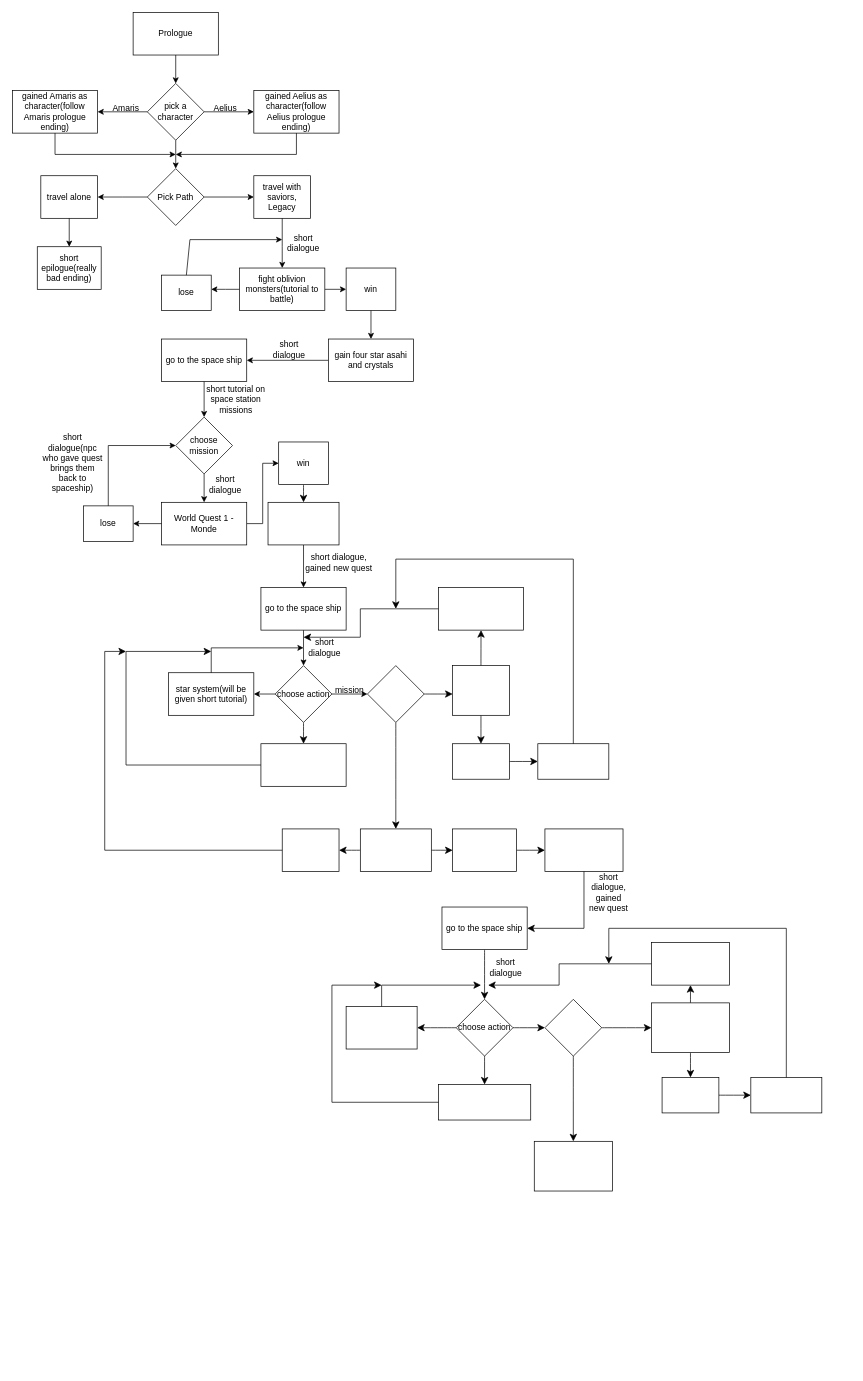
staten-island-tech/object-oriented-adventures-luna keeps this draw.io diagram as FlowChart.drawio. Above is the earlier version. Source tidied: cells renumbered, new cells numbered last; positions are measured from the earlier drawing's top-left corner, leaving out a move shared by most shapes. Both pictures are drawn from the tidied source at 71%, with x=0, y=0 at pixel (12, 12).
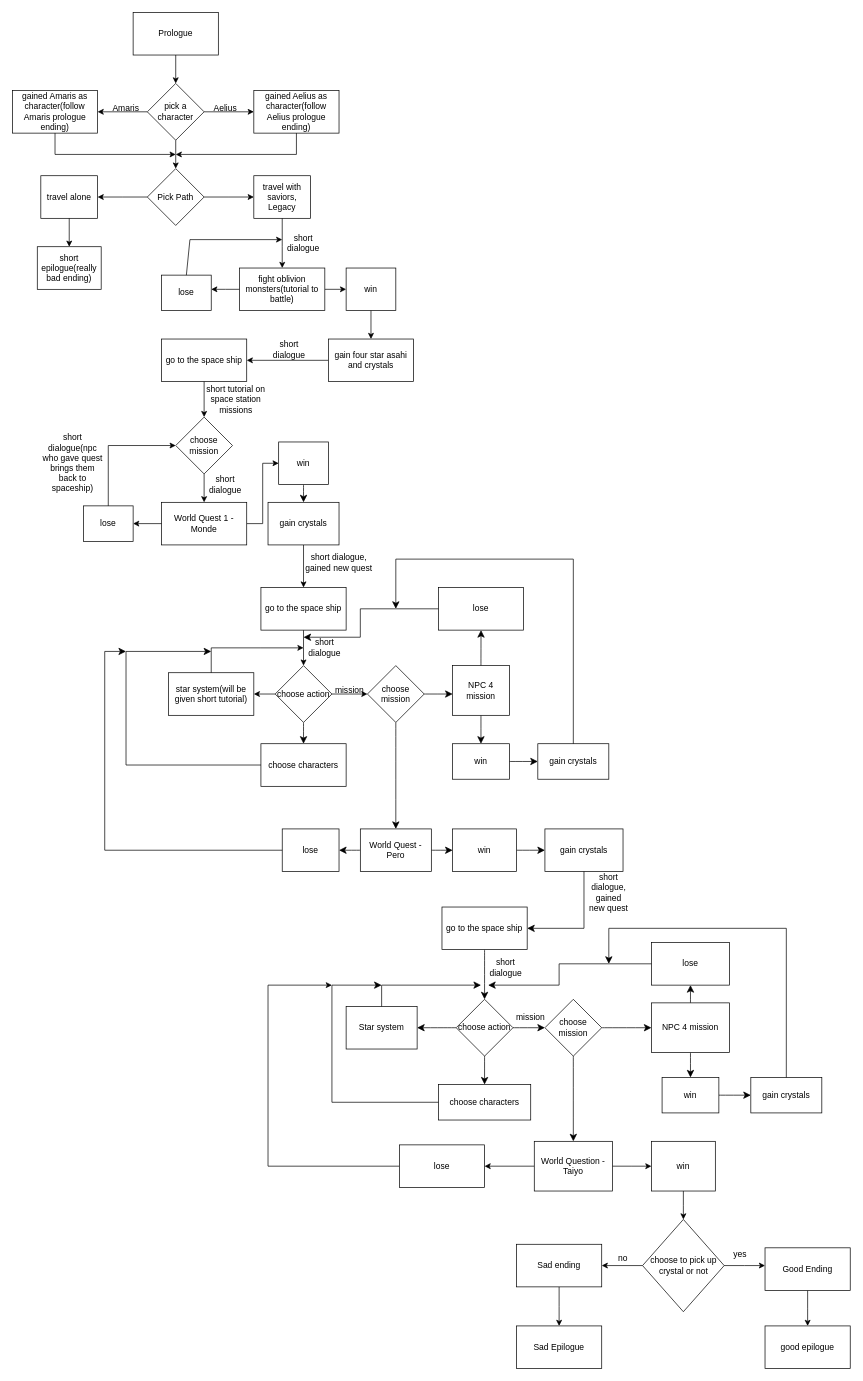
The same diagram, later.

Diff of the diagram source:
```diff
@@
-    <mxCell id="61" style="rhombus;whiteSpace=wrap;html=1;" parent="1" vertex="1">
+    <mxCell id="61" value="choose mission" style="rhombus;whiteSpace=wrap;html=1;" parent="1" vertex="1">
       <mxGeometry x="500" y="920" width="80" height="80" as="geometry" />
     </mxCell>
@@
-    <mxCell id="64" style="rounded=0;whiteSpace=wrap;html=1;" parent="1" vertex="1">
+    <mxCell id="64" value="World Quest - Pero" style="rounded=0;whiteSpace=wrap;html=1;" parent="1" vertex="1">
       <mxGeometry x="490" y="1150" width="100" height="60" as="geometry" />
     </mxCell>
@@
-    <mxCell id="68" style="rounded=0;whiteSpace=wrap;html=1;" parent="1" vertex="1">
+    <mxCell id="68" value="win" style="rounded=0;whiteSpace=wrap;html=1;" parent="1" vertex="1">
       <mxGeometry x="620" y="1150" width="90" height="60" as="geometry" />
     </mxCell>
-    <mxCell id="69" style="rounded=0;whiteSpace=wrap;html=1;" parent="1" vertex="1">
+    <mxCell id="69" value="lose" style="rounded=0;whiteSpace=wrap;html=1;" parent="1" vertex="1">
       <mxGeometry x="380" y="1150" width="80" height="60" as="geometry" />
     </mxCell>
@@
-    <mxCell id="78" style="rounded=0;whiteSpace=wrap;html=1;" parent="1" vertex="1">
+    <mxCell id="78" value="choose characters" style="rounded=0;whiteSpace=wrap;html=1;" parent="1" vertex="1">
       <mxGeometry x="350" y="1030" width="120" height="60" as="geometry" />
     </mxCell>
@@
-    <mxCell id="81" style="rounded=0;whiteSpace=wrap;html=1;" parent="1" vertex="1">
+    <mxCell id="81" value="Star system" style="rounded=0;whiteSpace=wrap;html=1;" parent="1" vertex="1">
       <mxGeometry x="470" y="1400" width="100" height="60" as="geometry" />
     </mxCell>
@@
-    <mxCell id="85" style="rhombus;whiteSpace=wrap;html=1;" parent="1" vertex="1">
+    <mxCell id="85" value="choose mission" style="rhombus;whiteSpace=wrap;html=1;" parent="1" vertex="1">
       <mxGeometry x="750" y="1390" width="80" height="80" as="geometry" />
     </mxCell>
-    <mxCell id="86" style="rounded=0;whiteSpace=wrap;html=1;" parent="1" vertex="1">
+    <mxCell id="86" value="gain crystals" style="rounded=0;whiteSpace=wrap;html=1;" parent="1" vertex="1">
       <mxGeometry x="750" y="1150" width="110" height="60" as="geometry" />
     </mxCell>
@@
-    <mxCell id="89" style="rounded=0;whiteSpace=wrap;html=1;" parent="1" vertex="1">
+    <mxCell id="89" value="win" style="rounded=0;whiteSpace=wrap;html=1;" parent="1" vertex="1">
       <mxGeometry x="620" y="1030" width="80" height="50" as="geometry" />
     </mxCell>
-    <mxCell id="90" style="rounded=0;whiteSpace=wrap;html=1;" parent="1" vertex="1">
+    <mxCell id="90" value="gain crystals" style="rounded=0;whiteSpace=wrap;html=1;" parent="1" vertex="1">
       <mxGeometry x="740" y="1030" width="100" height="50" as="geometry" />
     </mxCell>
-    <mxCell id="91" style="rounded=0;whiteSpace=wrap;html=1;" parent="1" vertex="1">
+    <mxCell id="91" value="lose" style="rounded=0;whiteSpace=wrap;html=1;" parent="1" vertex="1">
       <mxGeometry x="600" y="810" width="120" height="60" as="geometry" />
     </mxCell>
@@
-    <mxCell id="94" style="rounded=0;whiteSpace=wrap;html=1;" parent="1" vertex="1">
+    <mxCell id="94" value="NPC 4 mission" style="rounded=0;whiteSpace=wrap;html=1;" parent="1" vertex="1">
       <mxGeometry x="620" y="920" width="80" height="70" as="geometry" />
     </mxCell>
+    <mxCell id="108" style="edgeStyle=orthogonalEdgeStyle;rounded=0;jettySize=auto;html=1;" parent="1" edge="1" source="95" target="112">
+      <mxGeometry relative="1" as="geometry" />
+    </mxCell>
+    <mxCell id="109" style="edgeStyle=orthogonalEdgeStyle;rounded=0;jettySize=auto;html=1;" parent="1" edge="1" source="95">
+      <mxGeometry relative="1" as="geometry">
+        <mxPoint x="900" y="1625" as="targetPoint" />
+      </mxGeometry>
+    </mxCell>
-    <mxCell id="95" style="rounded=0;whiteSpace=wrap;html=1;" parent="1" vertex="1">
+    <mxCell id="95" value="World Question - Taiyo" style="rounded=0;whiteSpace=wrap;html=1;" parent="1" vertex="1">
       <mxGeometry x="735" y="1590" width="110" height="70" as="geometry" />
     </mxCell>
@@
-    <mxCell id="98" style="rounded=0;whiteSpace=wrap;html=1;" parent="1" vertex="1">
+    <mxCell id="98" value="NPC 4 mission" style="rounded=0;whiteSpace=wrap;html=1;" parent="1" vertex="1">
       <mxGeometry x="900" y="1395" width="110" height="70" as="geometry" />
     </mxCell>
@@
-    <mxCell id="100" style="rounded=0;whiteSpace=wrap;html=1;" parent="1" vertex="1">
+    <mxCell id="100" value="win" style="rounded=0;whiteSpace=wrap;html=1;" parent="1" vertex="1">
       <mxGeometry x="915" y="1500" width="80" height="50" as="geometry" />
     </mxCell>
-    <mxCell id="101" style="rounded=0;whiteSpace=wrap;html=1;" parent="1" vertex="1">
+    <mxCell id="101" value="gain crystals" style="rounded=0;whiteSpace=wrap;html=1;" parent="1" vertex="1">
       <mxGeometry x="1040" y="1500" width="100" height="50" as="geometry" />
     </mxCell>
-    <mxCell id="102" style="rounded=0;whiteSpace=wrap;html=1;" parent="1" vertex="1">
+    <mxCell id="102" value="lose" style="rounded=0;whiteSpace=wrap;html=1;" parent="1" vertex="1">
       <mxGeometry x="900" y="1310" width="110" height="60" as="geometry" />
     </mxCell>
@@
-    <mxCell id="105" style="rounded=0;whiteSpace=wrap;html=1;" parent="1" vertex="1">
+    <mxCell id="105" value="choose characters" style="rounded=0;whiteSpace=wrap;html=1;" parent="1" vertex="1">
       <mxGeometry x="600" y="1510" width="130" height="50" as="geometry" />
     </mxCell>
@@
-    <mxCell id="107" style="rounded=0;whiteSpace=wrap;html=1;" parent="1" vertex="1">
+    <mxCell id="107" value="gain crystals" style="rounded=0;whiteSpace=wrap;html=1;" parent="1" vertex="1">
       <mxGeometry x="360" y="690" width="100" height="60" as="geometry" />
     </mxCell>
+    <mxCell id="110" value="mission" style="text;html=1;align=center;verticalAlign=middle;whiteSpace=wrap;rounded=0;" parent="1" vertex="1">
+      <mxGeometry x="700" y="1400" width="60" height="30" as="geometry" />
+    </mxCell>
+    <mxCell id="111" style="edgeStyle=orthogonalEdgeStyle;rounded=0;jettySize=auto;html=1;exitX=0;exitY=0.5;exitDx=0;exitDy=0;" parent="1" edge="1" source="112">
+      <mxGeometry relative="1" as="geometry">
+        <mxPoint x="450" y="1370" as="targetPoint" />
+        <Array as="points">
+          <mxPoint x="360" y="1625" />
+          <mxPoint x="360" y="1370" />
+        </Array>
+      </mxGeometry>
+    </mxCell>
+    <mxCell id="112" value="lose" style="rounded=0;whiteSpace=wrap;html=1;" parent="1" vertex="1">
+      <mxGeometry x="545" y="1595" width="120" height="60" as="geometry" />
+    </mxCell>
+    <mxCell id="113" style="edgeStyle=orthogonalEdgeStyle;rounded=0;jettySize=auto;html=1;" parent="1" edge="1" source="114">
+      <mxGeometry relative="1" as="geometry">
+        <mxPoint x="945" y="1700" as="targetPoint" />
+      </mxGeometry>
+    </mxCell>
+    <mxCell id="114" value="win" style="rounded=0;whiteSpace=wrap;html=1;" parent="1" vertex="1">
+      <mxGeometry x="900" y="1590" width="90" height="70" as="geometry" />
+    </mxCell>
+    <mxCell id="115" style="edgeStyle=orthogonalEdgeStyle;rounded=0;jettySize=auto;html=1;" parent="1" edge="1" source="117" target="119">
+      <mxGeometry relative="1" as="geometry" />
+    </mxCell>
+    <mxCell id="116" style="edgeStyle=orthogonalEdgeStyle;rounded=0;jettySize=auto;html=1;" parent="1" edge="1" source="117">
+      <mxGeometry relative="1" as="geometry">
+        <mxPoint x="1060" y="1765" as="targetPoint" />
+      </mxGeometry>
+    </mxCell>
+    <mxCell id="117" value="choose to pick up crystal or not" style="rhombus;whiteSpace=wrap;html=1;" parent="1" vertex="1">
+      <mxGeometry x="887.5" y="1700" width="115" height="130" as="geometry" />
+    </mxCell>
+    <mxCell id="118" style="edgeStyle=orthogonalEdgeStyle;rounded=0;jettySize=auto;html=1;" parent="1" edge="1" source="119">
+      <mxGeometry relative="1" as="geometry">
+        <mxPoint x="770" y="1850" as="targetPoint" />
+      </mxGeometry>
+    </mxCell>
+    <mxCell id="119" value="Sad ending" style="rounded=0;whiteSpace=wrap;html=1;" parent="1" vertex="1">
+      <mxGeometry x="710" y="1735" width="120" height="60" as="geometry" />
+    </mxCell>
+    <mxCell id="120" value="no" style="text;html=1;align=center;verticalAlign=middle;whiteSpace=wrap;rounded=0;" parent="1" vertex="1">
+      <mxGeometry x="830" y="1740" width="60" height="30" as="geometry" />
+    </mxCell>
+    <mxCell id="121" value="Sad Epilogue" style="rounded=0;whiteSpace=wrap;html=1;" parent="1" vertex="1">
+      <mxGeometry x="710" y="1850" width="120" height="60" as="geometry" />
+    </mxCell>
+    <mxCell id="122" style="edgeStyle=orthogonalEdgeStyle;rounded=0;jettySize=auto;html=1;" parent="1" edge="1" source="123">
+      <mxGeometry relative="1" as="geometry">
+        <mxPoint x="1120" y="1850" as="targetPoint" />
+      </mxGeometry>
+    </mxCell>
+    <mxCell id="123" value="Good Ending" style="rounded=0;whiteSpace=wrap;html=1;" parent="1" vertex="1">
+      <mxGeometry x="1060" y="1740" width="120" height="60" as="geometry" />
+    </mxCell>
+    <mxCell id="124" value="good epilogue" style="rounded=0;whiteSpace=wrap;html=1;" parent="1" vertex="1">
+      <mxGeometry x="1060" y="1850" width="120" height="60" as="geometry" />
+    </mxCell>
+    <mxCell id="125" value="yes" style="text;html=1;align=center;verticalAlign=middle;whiteSpace=wrap;rounded=0;" parent="1" vertex="1">
+      <mxGeometry x="995" y="1735" width="60" height="30" as="geometry" />
+    </mxCell>
```
